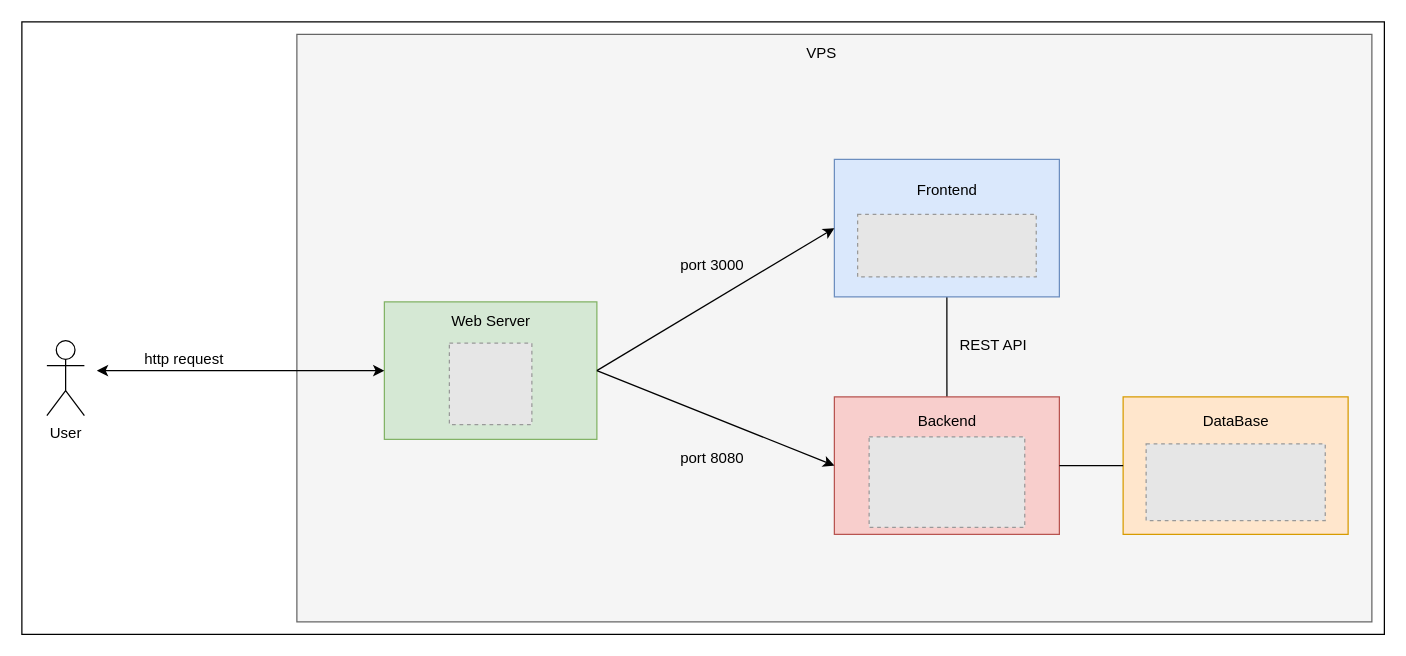
This is architecture.drawio from chou-dai/FastAPI-Vue, a draw.io file, before an edit. Source tidied: cells renumbered, new cells numbered last; positions are measured from the earlier drawing's top-left corner, leaving out a move shared by most shapes. Both pictures are drawn from the tidied source at 125%, with x=0, y=0 at pixel (21, 21). Pictures stored in the file or linked from it are replaced by grey dashed boxes.
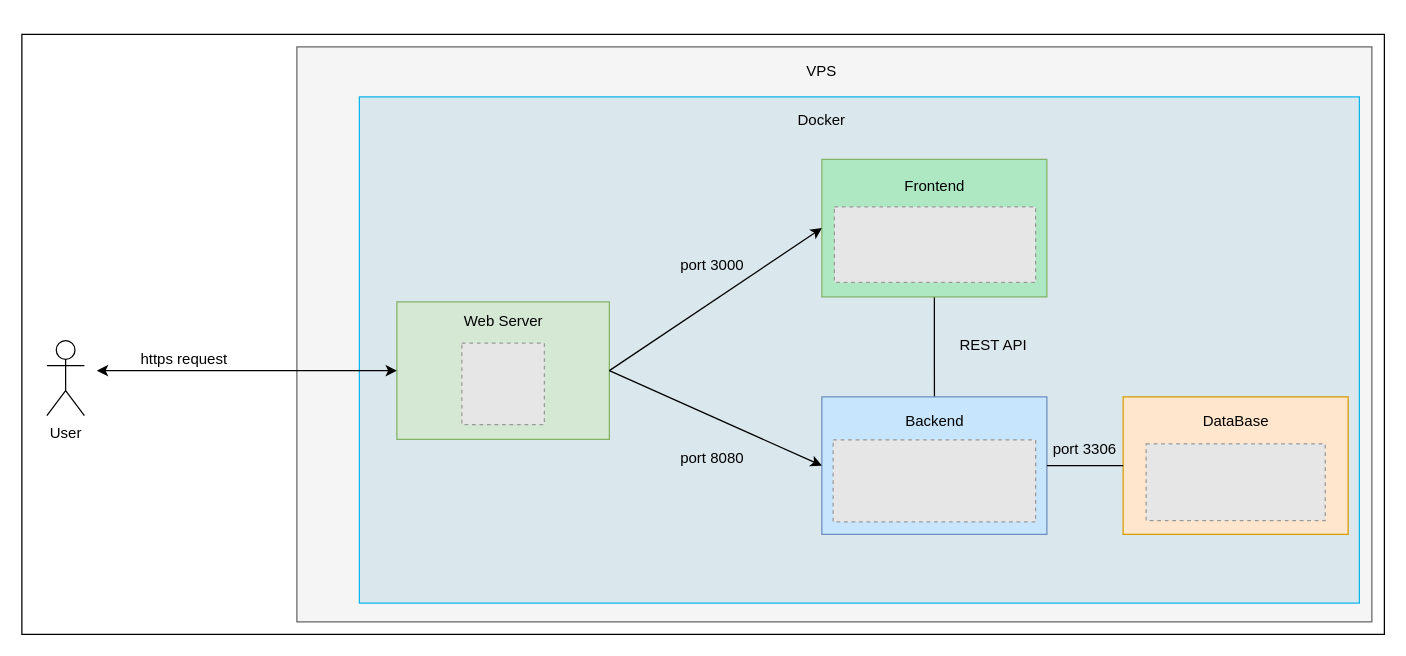
The same diagram, later.

Diff of the diagram source:
```diff
@@
     <mxCell id="2" style="rounded=0;whiteSpace=wrap;html=1;fillStyle=auto;" parent="1" vertex="1">
-      <mxGeometry width="1090" height="490" as="geometry" />
+      <mxGeometry y="10" width="1090" height="480" as="geometry" />
     </mxCell>
@@
     <mxCell id="4" style="rounded=0;whiteSpace=wrap;html=1;fillStyle=auto;fillColor=#f5f5f5;strokeColor=#666666;fontColor=#333333;" parent="1" vertex="1">
-      <mxGeometry x="220" y="10" width="860" height="470" as="geometry" />
+      <mxGeometry x="220" y="20" width="860" height="460" as="geometry" />
     </mxCell>
+    <mxCell id="27" style="rounded=0;whiteSpace=wrap;html=1;fillStyle=auto;fillColor=#DAE7ED;strokeColor=#0db7ed;" parent="1" vertex="1">
+      <mxGeometry x="270" y="60" width="800" height="405" as="geometry" />
+    </mxCell>
     <mxCell id="5" value="VPS" style="text;html=1;strokeColor=none;fillColor=none;align=center;verticalAlign=middle;whiteSpace=wrap;rounded=0;fillStyle=auto;" parent="1" vertex="1">
-      <mxGeometry x="610" y="10" width="60" height="30" as="geometry" />
+      <mxGeometry x="610" y="25" width="60" height="30" as="geometry" />
     </mxCell>
     <mxCell id="6" style="rounded=0;whiteSpace=wrap;html=1;fillStyle=auto;fillColor=#d5e8d4;strokeColor=#82b366;" parent="1" vertex="1">
-      <mxGeometry x="290" y="224" width="170" height="110" as="geometry" />
+      <mxGeometry x="300" y="224" width="170" height="110" as="geometry" />
     </mxCell>
     <mxCell id="7" style="fillColor=#E6E6E6;strokeColor=#999999;dashed=1;verticalLabelPosition=bottom;labelBackgroundColor=default;verticalAlign=top;" parent="1" vertex="1">
-      <mxGeometry x="342" y="257" width="66" height="65.1" as="geometry" />
+      <mxGeometry x="352" y="257" width="66" height="65.1" as="geometry" />
     </mxCell>
     <mxCell id="8" value="Web Server" style="text;html=1;strokeColor=none;fillColor=none;align=center;verticalAlign=middle;whiteSpace=wrap;rounded=0;fillStyle=auto;" parent="1" vertex="1">
-      <mxGeometry x="332.5" y="225" width="85" height="30" as="geometry" />
+      <mxGeometry x="342.5" y="225" width="85" height="30" as="geometry" />
     </mxCell>
-    <mxCell id="9" value="http request" style="text;html=1;strokeColor=none;fillColor=none;align=center;verticalAlign=middle;whiteSpace=wrap;rounded=0;fillStyle=auto;" parent="1" vertex="1">
+    <mxCell id="9" value="https request" style="text;html=1;strokeColor=none;fillColor=none;align=center;verticalAlign=middle;whiteSpace=wrap;rounded=0;fillStyle=auto;" parent="1" vertex="1">
       <mxGeometry x="80" y="255" width="100" height="30" as="geometry" />
     </mxCell>
-    <mxCell id="10" style="edgeStyle=orthogonalEdgeStyle;rounded=0;jettySize=auto;html=1;" parent="1" edge="1" source="11" target="19">
-      <mxGeometry relative="1" as="geometry" />
+    <mxCell id="10" style="edgeStyle=orthogonalEdgeStyle;rounded=0;jettySize=auto;html=1;" parent="1" edge="1" source="11">
+      <mxGeometry relative="1" as="geometry">
+        <mxPoint x="730.1" y="332" as="targetPoint" />
+      </mxGeometry>
     </mxCell>
-    <mxCell id="11" style="rounded=0;whiteSpace=wrap;html=1;fillStyle=auto;fillColor=#dae8fc;strokeColor=#6c8ebf;" parent="1" vertex="1">
-      <mxGeometry x="650" y="110" width="180" height="110" as="geometry" />
+    <mxCell id="11" style="rounded=0;whiteSpace=wrap;html=1;fillStyle=auto;fillColor=#AEE8C3;strokeColor=#82b366;" parent="1" vertex="1">
+      <mxGeometry x="640" y="110" width="180" height="110" as="geometry" />
     </mxCell>
-    <mxCell id="12" style="fillColor=#E6E6E6;strokeColor=#999999;dashed=1;verticalLabelPosition=bottom;labelBackgroundColor=default;verticalAlign=top;" parent="1" vertex="1">
-      <mxGeometry x="668.6" y="154" width="142.9" height="50" as="geometry" />
-    </mxCell>
     <mxCell id="13" value="Frontend" style="text;html=1;strokeColor=none;fillColor=none;align=center;verticalAlign=middle;whiteSpace=wrap;rounded=0;fillStyle=auto;" parent="1" vertex="1">
-      <mxGeometry x="697.5" y="120" width="85" height="30" as="geometry" />
+      <mxGeometry x="688" y="117" width="85" height="30" as="geometry" />
     </mxCell>
@@
-    <mxCell id="17" style="rounded=0;whiteSpace=wrap;html=1;fillStyle=auto;fillColor=#f8cecc;strokeColor=#b85450;" parent="1" vertex="1">
-      <mxGeometry x="650" y="300" width="180" height="110" as="geometry" />
+    <mxCell id="17" style="rounded=0;whiteSpace=wrap;html=1;fillStyle=auto;fillColor=#C7E5FC;strokeColor=#6c8ebf;" parent="1" vertex="1">
+      <mxGeometry x="640" y="300" width="180" height="110" as="geometry" />
     </mxCell>
     <mxCell id="18" value="Backend" style="text;html=1;strokeColor=none;fillColor=none;align=center;verticalAlign=middle;whiteSpace=wrap;rounded=0;fillStyle=auto;" parent="1" vertex="1">
-      <mxGeometry x="697.5" y="305" width="85" height="30" as="geometry" />
+      <mxGeometry x="687.5" y="305" width="85" height="30" as="geometry" />
     </mxCell>
-    <mxCell id="19" style="fillColor=#E6E6E6;strokeColor=#999999;dashed=1;verticalLabelPosition=bottom;labelBackgroundColor=default;verticalAlign=top;" parent="1" vertex="1">
-      <mxGeometry x="677.8" y="332" width="124.5" height="72.4" as="geometry" />
-    </mxCell>
@@
+    <mxCell id="28" value="port 3306" style="text;html=1;strokeColor=none;fillColor=none;align=center;verticalAlign=middle;whiteSpace=wrap;rounded=0;fillStyle=auto;" parent="1" vertex="1">
+      <mxGeometry x="808" y="327.1" width="85" height="30" as="geometry" />
+    </mxCell>
+    <mxCell id="29" value="Docker" style="text;html=1;strokeColor=none;fillColor=none;align=center;verticalAlign=middle;whiteSpace=wrap;rounded=0;fillStyle=auto;" parent="1" vertex="1">
+      <mxGeometry x="610" y="64" width="60" height="30" as="geometry" />
+    </mxCell>
+    <mxCell id="30" style="fillColor=#E6E6E6;strokeColor=#999999;dashed=1;verticalLabelPosition=bottom;labelBackgroundColor=default;verticalAlign=top;" parent="1" vertex="1">
+      <mxGeometry x="649" y="334.4" width="162" height="65.7" as="geometry" />
+    </mxCell>
+    <mxCell id="31" style="fillColor=#E6E6E6;strokeColor=#999999;dashed=1;verticalLabelPosition=bottom;labelBackgroundColor=default;verticalAlign=top;" parent="1" vertex="1">
+      <mxGeometry x="650" y="148" width="161" height="60.4" as="geometry" />
+    </mxCell>
```
